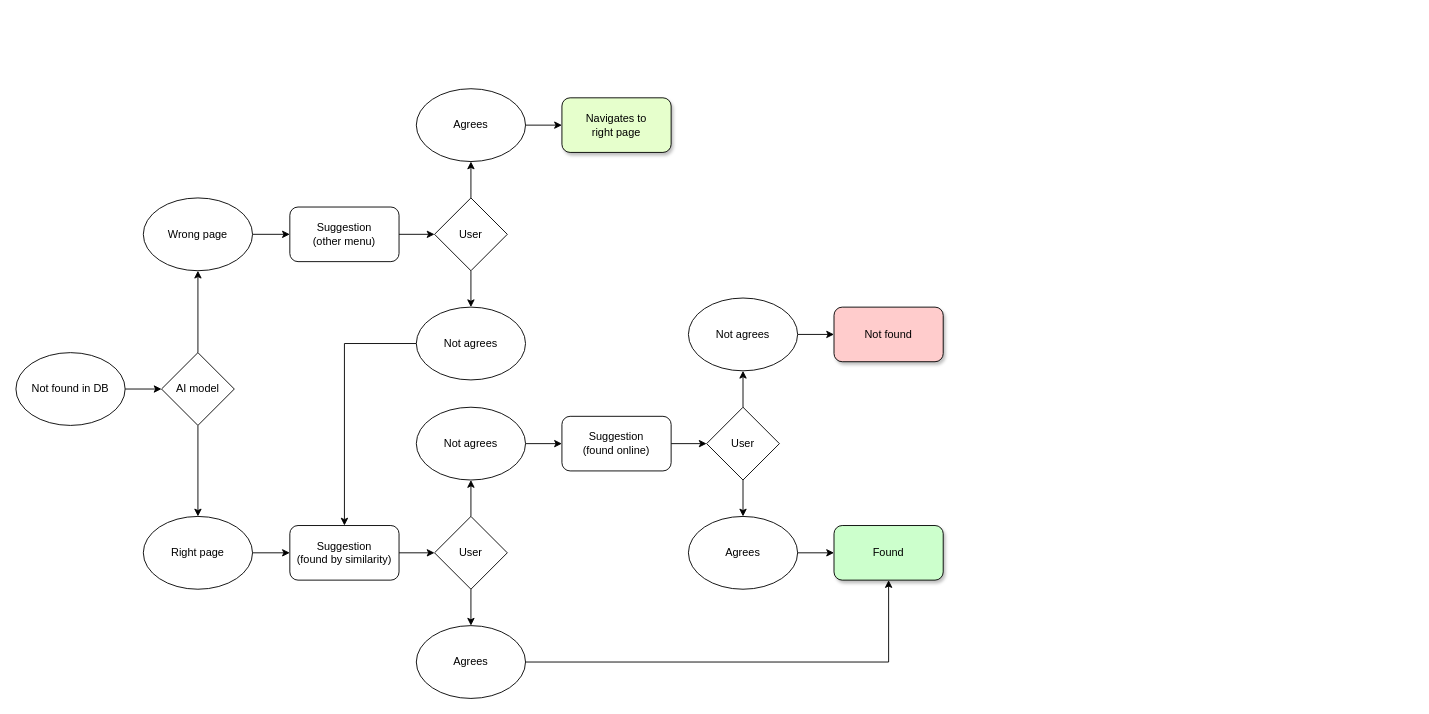
This is doc/inorganic-suggestions.drawio from quimifyapp/api, a draw.io file, before an edit. Source tidied: cells renumbered, new cells numbered last; positions are measured from the earlier drawing's top-left corner, leaving out a move shared by most shapes. Both pictures are drawn from the tidied source at 91%, with x=0, y=0 at pixel (15, 88).
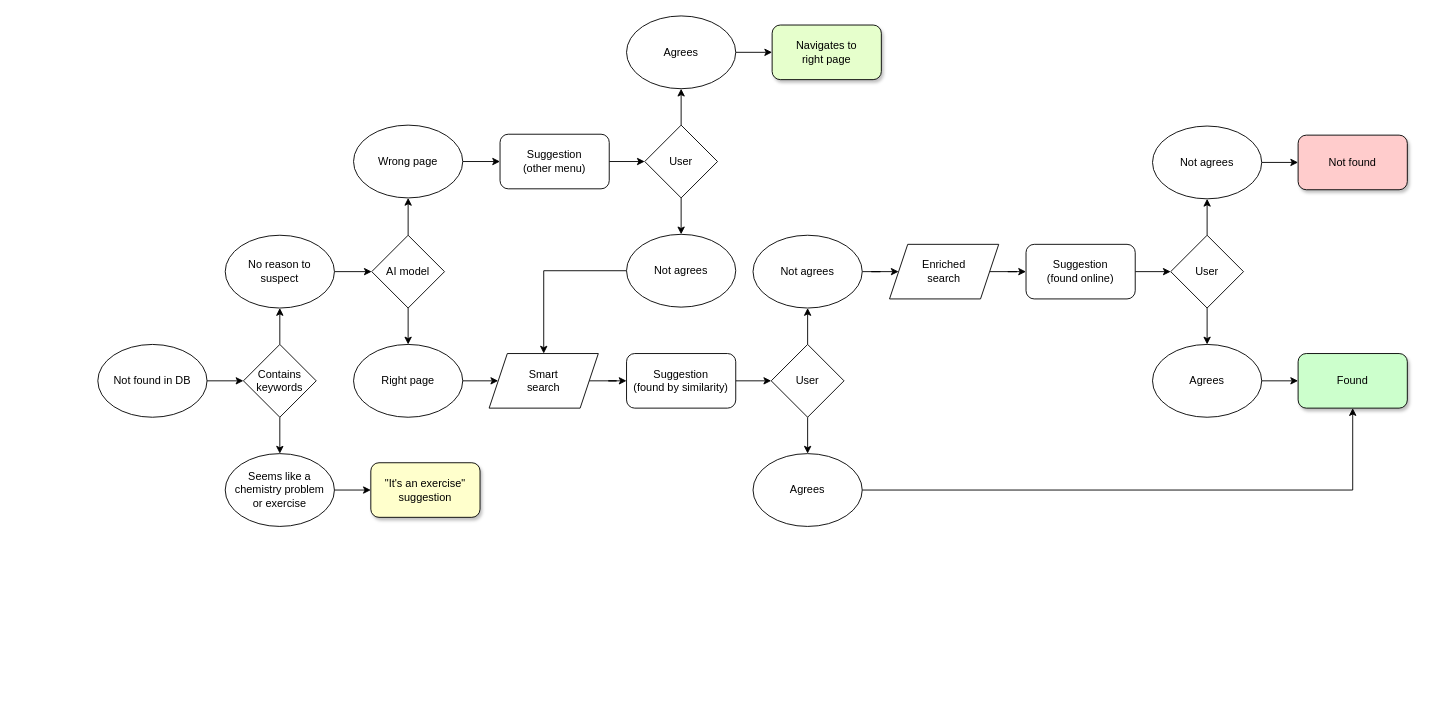
Above is the later version.

Change to the diagram source:
```diff
@@
+    <mxCell id="41" style="edgeStyle=orthogonalEdgeStyle;rounded=0;jettySize=auto;html=1;exitX=1;exitY=0.5;exitDx=0;exitDy=0;entryX=0;entryY=0.5;entryDx=0;entryDy=0;" parent="1" edge="1" source="40" target="44">
+      <mxGeometry relative="1" as="geometry" />
+    </mxCell>
+    <mxCell id="40" value="Not found in DB" style="ellipse;whiteSpace=wrap;html=1;" parent="1" vertex="1">
+      <mxGeometry x="90" y="281" width="120" height="80" as="geometry" />
+    </mxCell>
+    <mxCell id="42" style="edgeStyle=orthogonalEdgeStyle;rounded=0;jettySize=auto;html=1;exitX=0.5;exitY=0;exitDx=0;exitDy=0;entryX=0.5;entryY=1;entryDx=0;entryDy=0;" parent="1" edge="1" source="44" target="70">
+      <mxGeometry relative="1" as="geometry" />
+    </mxCell>
+    <mxCell id="43" style="edgeStyle=orthogonalEdgeStyle;rounded=0;jettySize=auto;html=1;exitX=0.5;exitY=1;exitDx=0;exitDy=0;entryX=0.5;entryY=0;entryDx=0;entryDy=0;" parent="1" edge="1" source="44" target="68">
+      <mxGeometry relative="1" as="geometry" />
+    </mxCell>
+    <mxCell id="44" value="Contains&lt;br&gt;keywords" style="rhombus;whiteSpace=wrap;html=1;" parent="1" vertex="1">
+      <mxGeometry x="250" y="281" width="80" height="80" as="geometry" />
+    </mxCell>
@@
     <mxCell id="4" value="AI model" style="rhombus;whiteSpace=wrap;html=1;" parent="1" vertex="1">
-      <mxGeometry x="160" y="290" width="80" height="80" as="geometry" />
+      <mxGeometry x="391" y="161" width="80" height="80" as="geometry" />
     </mxCell>
-    <mxCell id="5" style="edgeStyle=none;rounded=0;jettySize=auto;html=1;exitX=1;exitY=0.5;exitDx=0;exitDy=0;entryX=0;entryY=0.5;entryDx=0;entryDy=0;" parent="1" edge="1" source="6" target="10">
-      <mxGeometry relative="1" as="geometry" />
-    </mxCell>
+    <mxCell id="45" style="edgeStyle=orthogonalEdgeStyle;rounded=0;jettySize=auto;html=1;exitX=1;exitY=0.5;exitDx=0;exitDy=0;entryX=0;entryY=0.5;entryDx=0;entryDy=0;" parent="1" edge="1" source="6" target="73">
+      <mxGeometry relative="1" as="geometry" />
+    </mxCell>
     <mxCell id="6" value="Right page" style="ellipse;whiteSpace=wrap;html=1;" parent="1" vertex="1">
-      <mxGeometry x="140" y="470" width="120" height="80" as="geometry" />
+      <mxGeometry x="371" y="281" width="120" height="80" as="geometry" />
     </mxCell>
-    <mxCell id="7" style="edgeStyle=none;rounded=0;jettySize=auto;html=1;exitX=1;exitY=0.5;exitDx=0;exitDy=0;entryX=0;entryY=0.5;entryDx=0;entryDy=0;" parent="1" edge="1" source="8" target="12">
+    <mxCell id="7" style="edgeStyle=orthogonalEdgeStyle;rounded=0;jettySize=auto;html=1;exitX=1;exitY=0.5;exitDx=0;exitDy=0;entryX=0;entryY=0.5;entryDx=0;entryDy=0;" parent="1" edge="1" source="8" target="12">
       <mxGeometry relative="1" as="geometry" />
     </mxCell>
     <mxCell id="8" value="Wrong page" style="ellipse;whiteSpace=wrap;html=1;" parent="1" vertex="1">
-      <mxGeometry x="140" y="120" width="120" height="80" as="geometry" />
+      <mxGeometry x="371" y="40" width="120" height="80" as="geometry" />
     </mxCell>
-    <mxCell id="9" style="edgeStyle=none;rounded=0;jettySize=auto;html=1;exitX=1;exitY=0.5;exitDx=0;exitDy=0;entryX=0;entryY=0.5;entryDx=0;entryDy=0;" parent="1" edge="1" source="10" target="15">
-      <mxGeometry relative="1" as="geometry" />
-    </mxCell>
+    <mxCell id="46" style="edgeStyle=none;rounded=0;jettySize=auto;html=1;exitX=1;exitY=0.5;exitDx=0;exitDy=0;entryX=0;entryY=0.5;entryDx=0;entryDy=0;" parent="1" edge="1" source="10" target="50">
+      <mxGeometry relative="1" as="geometry" />
+    </mxCell>
     <mxCell id="10" value="Suggestion&lt;br&gt;(found by similarity)" style="rounded=1;whiteSpace=wrap;html=1;" parent="1" vertex="1">
-      <mxGeometry x="301" y="480" width="120" height="60" as="geometry" />
+      <mxGeometry x="671" y="291" width="120" height="60" as="geometry" />
     </mxCell>
-    <mxCell id="11" style="edgeStyle=none;rounded=0;jettySize=auto;html=1;exitX=1;exitY=0.5;exitDx=0;exitDy=0;entryX=0;entryY=0.5;entryDx=0;entryDy=0;" parent="1" edge="1" source="12" target="23">
-      <mxGeometry relative="1" as="geometry" />
-    </mxCell>
+    <mxCell id="47" style="edgeStyle=none;rounded=0;jettySize=auto;html=1;exitX=1;exitY=0.5;exitDx=0;exitDy=0;entryX=0;entryY=0.5;entryDx=0;entryDy=0;" parent="1" edge="1" source="12" target="57">
+      <mxGeometry relative="1" as="geometry" />
+    </mxCell>
     <mxCell id="12" value="Suggestion&lt;br&gt;(other menu)" style="rounded=1;whiteSpace=wrap;html=1;" parent="1" vertex="1">
-      <mxGeometry x="301" y="130" width="120" height="60" as="geometry" />
+      <mxGeometry x="532" y="50" width="120" height="60" as="geometry" />
     </mxCell>
-    <mxCell id="13" style="edgeStyle=none;rounded=0;jettySize=auto;html=1;exitX=0.5;exitY=0;exitDx=0;exitDy=0;entryX=0.5;entryY=1;entryDx=0;entryDy=0;" parent="1" edge="1" source="15" target="19">
-      <mxGeometry relative="1" as="geometry" />
-    </mxCell>
-    <mxCell id="14" style="edgeStyle=none;rounded=0;jettySize=auto;html=1;exitX=0.5;exitY=1;exitDx=0;exitDy=0;entryX=0.5;entryY=0;entryDx=0;entryDy=0;" parent="1" edge="1" source="15" target="17">
-      <mxGeometry relative="1" as="geometry" />
-    </mxCell>
-    <mxCell id="15" value="User" style="rhombus;whiteSpace=wrap;html=1;" parent="1" vertex="1">
-      <mxGeometry x="460" y="470" width="80" height="80" as="geometry" />
-    </mxCell>
-    <mxCell id="16" style="edgeStyle=none;rounded=0;jettySize=auto;html=1;exitX=1;exitY=0.5;exitDx=0;exitDy=0;entryX=0.5;entryY=1;entryDx=0;entryDy=0;" parent="1" edge="1" source="17" target="20">
-      <mxGeometry relative="1" as="geometry">
-        <Array as="points">
-          <mxPoint x="959" y="630" />
-        </Array>
-      </mxGeometry>
-    </mxCell>
-    <mxCell id="17" value="Agrees" style="ellipse;whiteSpace=wrap;html=1;" parent="1" vertex="1">
-      <mxGeometry x="440" y="590" width="120" height="80" as="geometry" />
-    </mxCell>
-    <mxCell id="18" style="edgeStyle=none;rounded=0;jettySize=auto;html=1;exitX=1;exitY=0.5;exitDx=0;exitDy=0;entryX=0;entryY=0.5;entryDx=0;entryDy=0;" parent="1" edge="1" source="19" target="30">
-      <mxGeometry relative="1" as="geometry" />
-    </mxCell>
-    <mxCell id="19" value="Not agrees" style="ellipse;whiteSpace=wrap;html=1;" parent="1" vertex="1">
-      <mxGeometry x="440" y="350" width="120" height="80" as="geometry" />
-    </mxCell>
+    <mxCell id="48" style="edgeStyle=none;rounded=0;jettySize=auto;html=1;exitX=0.5;exitY=0;exitDx=0;exitDy=0;entryX=0.5;entryY=1;entryDx=0;entryDy=0;" parent="1" edge="1" source="50" target="54">
+      <mxGeometry relative="1" as="geometry" />
+    </mxCell>
+    <mxCell id="49" style="edgeStyle=none;rounded=0;jettySize=auto;html=1;exitX=0.5;exitY=1;exitDx=0;exitDy=0;entryX=0.5;entryY=0;entryDx=0;entryDy=0;" parent="1" edge="1" source="50" target="52">
+      <mxGeometry relative="1" as="geometry" />
+    </mxCell>
+    <mxCell id="50" value="User" style="rhombus;whiteSpace=wrap;html=1;" parent="1" vertex="1">
+      <mxGeometry x="830" y="281" width="80" height="80" as="geometry" />
+    </mxCell>
+    <mxCell id="51" style="edgeStyle=none;rounded=0;jettySize=auto;html=1;exitX=1;exitY=0.5;exitDx=0;exitDy=0;entryX=0.5;entryY=1;entryDx=0;entryDy=0;" parent="1" edge="1" source="52" target="20">
+      <mxGeometry relative="1" as="geometry">
+        <Array as="points">
+          <mxPoint x="1469" y="441" />
+        </Array>
+      </mxGeometry>
+    </mxCell>
+    <mxCell id="52" value="Agrees" style="ellipse;whiteSpace=wrap;html=1;" parent="1" vertex="1">
+      <mxGeometry x="810" y="401" width="120" height="80" as="geometry" />
+    </mxCell>
+    <mxCell id="53" style="edgeStyle=orthogonalEdgeStyle;rounded=0;jettySize=auto;html=1;exitX=1;exitY=0.5;exitDx=0;exitDy=0;entryX=0;entryY=0.5;entryDx=0;entryDy=0;" parent="1" edge="1" source="54" target="75">
+      <mxGeometry relative="1" as="geometry" />
+    </mxCell>
+    <mxCell id="54" value="Not agrees" style="ellipse;whiteSpace=wrap;html=1;" parent="1" vertex="1">
+      <mxGeometry x="810" y="161" width="120" height="80" as="geometry" />
+    </mxCell>
     <mxCell id="20" value="Found" style="rounded=1;whiteSpace=wrap;html=1;fillColor=#CCFFCC;shadow=1;" parent="1" vertex="1">
-      <mxGeometry x="899" y="480" width="120" height="60" as="geometry" />
+      <mxGeometry x="1409" y="291" width="120" height="60" as="geometry" />
     </mxCell>
-    <mxCell id="21" style="edgeStyle=none;rounded=0;jettySize=auto;html=1;exitX=0.5;exitY=0;exitDx=0;exitDy=0;entryX=0.5;entryY=1;entryDx=0;entryDy=0;" parent="1" edge="1" source="23" target="25">
-      <mxGeometry relative="1" as="geometry" />
-    </mxCell>
-    <mxCell id="22" style="edgeStyle=none;rounded=0;jettySize=auto;html=1;exitX=0.5;exitY=1;exitDx=0;exitDy=0;entryX=0.5;entryY=0;entryDx=0;entryDy=0;" parent="1" edge="1" source="23" target="27">
-      <mxGeometry relative="1" as="geometry" />
-    </mxCell>
-    <mxCell id="23" value="User" style="rhombus;whiteSpace=wrap;html=1;" parent="1" vertex="1">
-      <mxGeometry x="460" y="120" width="80" height="80" as="geometry" />
-    </mxCell>
-    <mxCell id="24" style="edgeStyle=none;rounded=0;jettySize=auto;html=1;exitX=1;exitY=0.5;exitDx=0;exitDy=0;entryX=0;entryY=0.5;entryDx=0;entryDy=0;" parent="1" edge="1" source="25" target="28">
-      <mxGeometry relative="1" as="geometry" />
-    </mxCell>
-    <mxCell id="25" value="Agrees" style="ellipse;whiteSpace=wrap;html=1;" parent="1" vertex="1">
-      <mxGeometry x="440" width="120" height="80" as="geometry" />
-    </mxCell>
-    <mxCell id="26" style="edgeStyle=none;rounded=0;jettySize=auto;html=1;exitX=0;exitY=0.5;exitDx=0;exitDy=0;entryX=0.5;entryY=0;entryDx=0;entryDy=0;" parent="1" edge="1" source="27" target="10">
-      <mxGeometry relative="1" as="geometry">
-        <Array as="points">
-          <mxPoint x="361" y="280" />
-        </Array>
-      </mxGeometry>
-    </mxCell>
-    <mxCell id="27" value="Not agrees" style="ellipse;whiteSpace=wrap;html=1;" parent="1" vertex="1">
-      <mxGeometry x="440" y="240" width="120" height="80" as="geometry" />
-    </mxCell>
+    <mxCell id="55" style="edgeStyle=none;rounded=0;jettySize=auto;html=1;exitX=0.5;exitY=0;exitDx=0;exitDy=0;entryX=0.5;entryY=1;entryDx=0;entryDy=0;" parent="1" edge="1" source="57" target="59">
+      <mxGeometry relative="1" as="geometry" />
+    </mxCell>
+    <mxCell id="56" style="edgeStyle=none;rounded=0;jettySize=auto;html=1;exitX=0.5;exitY=1;exitDx=0;exitDy=0;entryX=0.5;entryY=0;entryDx=0;entryDy=0;" parent="1" edge="1" source="57" target="61">
+      <mxGeometry relative="1" as="geometry" />
+    </mxCell>
+    <mxCell id="57" value="User" style="rhombus;whiteSpace=wrap;html=1;" parent="1" vertex="1">
+      <mxGeometry x="691" y="40" width="80" height="80" as="geometry" />
+    </mxCell>
+    <mxCell id="58" style="edgeStyle=none;rounded=0;jettySize=auto;html=1;exitX=1;exitY=0.5;exitDx=0;exitDy=0;entryX=0;entryY=0.5;entryDx=0;entryDy=0;" parent="1" edge="1" source="59" target="28">
+      <mxGeometry relative="1" as="geometry" />
+    </mxCell>
+    <mxCell id="59" value="Agrees" style="ellipse;whiteSpace=wrap;html=1;" parent="1" vertex="1">
+      <mxGeometry x="671" y="-80" width="120" height="80" as="geometry" />
+    </mxCell>
+    <mxCell id="60" style="edgeStyle=orthogonalEdgeStyle;rounded=0;jettySize=auto;html=1;exitX=0;exitY=0.5;exitDx=0;exitDy=0;entryX=0.5;entryY=0;entryDx=0;entryDy=0;" parent="1" edge="1" source="61" target="73">
+      <mxGeometry relative="1" as="geometry" />
+    </mxCell>
+    <mxCell id="61" value="Not agrees" style="ellipse;whiteSpace=wrap;html=1;" parent="1" vertex="1">
+      <mxGeometry x="671" y="160" width="120" height="80" as="geometry" />
+    </mxCell>
     <mxCell id="28" value="Navigates to&lt;br&gt;right page" style="rounded=1;whiteSpace=wrap;html=1;fillColor=#E6FFCC;shadow=1;" parent="1" vertex="1">
-      <mxGeometry x="600" y="10" width="120" height="60" as="geometry" />
+      <mxGeometry x="831" y="-70" width="120" height="60" as="geometry" />
     </mxCell>
-    <mxCell id="29" style="edgeStyle=none;rounded=0;jettySize=auto;html=1;exitX=1;exitY=0.5;exitDx=0;exitDy=0;entryX=0;entryY=0.5;entryDx=0;entryDy=0;" parent="1" edge="1" source="30" target="33">
-      <mxGeometry relative="1" as="geometry" />
-    </mxCell>
+    <mxCell id="62" style="edgeStyle=orthogonalEdgeStyle;rounded=0;jettySize=auto;html=1;exitX=1;exitY=0.5;exitDx=0;exitDy=0;entryX=0;entryY=0.5;entryDx=0;entryDy=0;" parent="1" edge="1" source="30" target="78">
+      <mxGeometry relative="1" as="geometry" />
+    </mxCell>
     <mxCell id="30" value="Suggestion&lt;br&gt;(found online)" style="rounded=1;whiteSpace=wrap;html=1;" parent="1" vertex="1">
-      <mxGeometry x="600" y="360" width="120" height="60" as="geometry" />
+      <mxGeometry x="1110" y="171" width="120" height="60" as="geometry" />
     </mxCell>
-    <mxCell id="31" style="edgeStyle=none;rounded=0;jettySize=auto;html=1;exitX=0.5;exitY=0;exitDx=0;exitDy=0;entryX=0.5;entryY=1;entryDx=0;entryDy=0;" parent="1" edge="1" source="33" target="36">
-      <mxGeometry relative="1" as="geometry" />
-    </mxCell>
-    <mxCell id="32" style="edgeStyle=none;rounded=0;jettySize=auto;html=1;exitX=0.5;exitY=1;exitDx=0;exitDy=0;entryX=0.5;entryY=0;entryDx=0;entryDy=0;" parent="1" edge="1" source="33" target="38">
-      <mxGeometry relative="1" as="geometry" />
-    </mxCell>
-    <mxCell id="33" value="User" style="rhombus;whiteSpace=wrap;html=1;" parent="1" vertex="1">
-      <mxGeometry x="759" y="350" width="80" height="80" as="geometry" />
-    </mxCell>
+    <mxCell id="63" style="edgeStyle=none;rounded=0;orthogonalLoop=1;jettySize=auto;html=1;exitX=0.5;exitY=0;exitDx=0;exitDy=0;entryX=0.5;entryY=1;entryDx=0;entryDy=0;" parent="1" edge="1">
+      <mxGeometry relative="1" as="geometry">
+        <mxPoint x="1309" y="221" as="sourcePoint" />
+        <mxPoint x="1309" y="181" as="targetPoint" />
+      </mxGeometry>
+    </mxCell>
+    <mxCell id="64" style="edgeStyle=none;rounded=0;jettySize=auto;html=1;exitX=0.5;exitY=1;exitDx=0;exitDy=0;entryX=0.5;entryY=0;entryDx=0;entryDy=0;" parent="1" edge="1" target="66">
+      <mxGeometry relative="1" as="geometry">
+        <mxPoint x="1309" y="301" as="sourcePoint" />
+      </mxGeometry>
+    </mxCell>
     <mxCell id="34" value="Not found" style="rounded=1;whiteSpace=wrap;html=1;fillColor=#FFCCCC;shadow=1;" parent="1" vertex="1">
-      <mxGeometry x="899" y="240" width="120" height="60" as="geometry" />
+      <mxGeometry x="1409" y="51" width="120" height="60" as="geometry" />
     </mxCell>
-    <mxCell id="35" style="edgeStyle=none;rounded=0;jettySize=auto;html=1;exitX=1;exitY=0.5;exitDx=0;exitDy=0;entryX=0;entryY=0.5;entryDx=0;entryDy=0;" parent="1" edge="1" source="36" target="34">
-      <mxGeometry relative="1" as="geometry" />
-    </mxCell>
-    <mxCell id="36" value="Not agrees" style="ellipse;whiteSpace=wrap;html=1;" parent="1" vertex="1">
-      <mxGeometry x="739" y="230" width="120" height="80" as="geometry" />
-    </mxCell>
-    <mxCell id="37" style="edgeStyle=none;rounded=0;jettySize=auto;html=1;exitX=1;exitY=0.5;exitDx=0;exitDy=0;entryX=0;entryY=0.5;entryDx=0;entryDy=0;" parent="1" edge="1" source="38" target="20">
-      <mxGeometry relative="1" as="geometry" />
-    </mxCell>
-    <mxCell id="38" value="Agrees" style="ellipse;whiteSpace=wrap;html=1;" parent="1" vertex="1">
-      <mxGeometry x="739" y="470" width="120" height="80" as="geometry" />
-    </mxCell>
-    <mxCell id="39" style="edgeStyle=none;rounded=0;jettySize=auto;html=1;exitX=1;exitY=0.5;exitDx=0;exitDy=0;entryX=0;entryY=0.5;entryDx=0;entryDy=0;" parent="1" edge="1" source="40" target="4">
-      <mxGeometry relative="1" as="geometry" />
-    </mxCell>
-    <mxCell id="40" value="Not found in DB" style="ellipse;whiteSpace=wrap;html=1;" parent="1" vertex="1">
-      <mxGeometry y="290" width="120" height="80" as="geometry" />
-    </mxCell>
+    <mxCell id="65" style="edgeStyle=none;rounded=0;jettySize=auto;html=1;exitX=1;exitY=0.5;exitDx=0;exitDy=0;entryX=0;entryY=0.5;entryDx=0;entryDy=0;" parent="1" edge="1" source="66" target="20">
+      <mxGeometry relative="1" as="geometry" />
+    </mxCell>
+    <mxCell id="66" value="Agrees" style="ellipse;whiteSpace=wrap;html=1;" parent="1" vertex="1">
+      <mxGeometry x="1249" y="281" width="120" height="80" as="geometry" />
+    </mxCell>
+    <mxCell id="67" style="edgeStyle=orthogonalEdgeStyle;rounded=0;jettySize=auto;html=1;exitX=1;exitY=0.5;exitDx=0;exitDy=0;entryX=0;entryY=0.5;entryDx=0;entryDy=0;" parent="1" edge="1" source="68" target="71">
+      <mxGeometry relative="1" as="geometry" />
+    </mxCell>
+    <mxCell id="68" value="Seems like a&lt;br&gt;chemistry problem&lt;br&gt;or exercise" style="ellipse;whiteSpace=wrap;html=1;" parent="1" vertex="1">
+      <mxGeometry x="230" y="401" width="120" height="80" as="geometry" />
+    </mxCell>
+    <mxCell id="69" style="edgeStyle=orthogonalEdgeStyle;rounded=0;jettySize=auto;html=1;exitX=1;exitY=0.5;exitDx=0;exitDy=0;entryX=0;entryY=0.5;entryDx=0;entryDy=0;" parent="1" edge="1" source="70" target="4">
+      <mxGeometry relative="1" as="geometry" />
+    </mxCell>
+    <mxCell id="70" value="No reason to&lt;br&gt;suspect" style="ellipse;whiteSpace=wrap;html=1;" parent="1" vertex="1">
+      <mxGeometry x="230" y="161" width="120" height="80" as="geometry" />
+    </mxCell>
+    <mxCell id="71" value="&quot;It's an exercise&quot;&lt;br&gt;suggestion" style="rounded=1;whiteSpace=wrap;html=1;fillColor=#FFFFCC;shadow=1;" parent="1" vertex="1">
+      <mxGeometry x="390" y="411" width="120" height="60" as="geometry" />
+    </mxCell>
+    <mxCell id="72" style="edgeStyle=orthogonalEdgeStyle;rounded=0;jettySize=auto;html=1;exitX=1;exitY=0.5;exitDx=0;exitDy=0;entryX=0;entryY=0.5;entryDx=0;entryDy=0;" parent="1" edge="1" source="73" target="10">
+      <mxGeometry relative="1" as="geometry" />
+    </mxCell>
+    <mxCell id="73" value="Smart&lt;br&gt;search" style="shape=parallelogram;perimeter=parallelogramPerimeter;whiteSpace=wrap;html=1;fixedSize=1;" parent="1" vertex="1">
+      <mxGeometry x="520" y="291" width="120" height="60" as="geometry" />
+    </mxCell>
+    <mxCell id="74" style="edgeStyle=orthogonalEdgeStyle;rounded=0;jettySize=auto;html=1;exitX=1;exitY=0.5;exitDx=0;exitDy=0;entryX=0;entryY=0.5;entryDx=0;entryDy=0;" parent="1" edge="1" source="75" target="30">
+      <mxGeometry relative="1" as="geometry" />
+    </mxCell>
+    <mxCell id="75" value="Enriched&lt;br&gt;search" style="shape=parallelogram;perimeter=parallelogramPerimeter;whiteSpace=wrap;html=1;fixedSize=1;" parent="1" vertex="1">
+      <mxGeometry x="960" y="171" width="120" height="60" as="geometry" />
+    </mxCell>
+    <mxCell id="76" style="edgeStyle=orthogonalEdgeStyle;rounded=0;jettySize=auto;html=1;exitX=0.5;exitY=0;exitDx=0;exitDy=0;entryX=0.5;entryY=1;entryDx=0;entryDy=0;" parent="1" edge="1" source="78" target="80">
+      <mxGeometry relative="1" as="geometry" />
+    </mxCell>
+    <mxCell id="77" style="edgeStyle=orthogonalEdgeStyle;rounded=0;jettySize=auto;html=1;exitX=0.5;exitY=1;exitDx=0;exitDy=0;entryX=0.5;entryY=0;entryDx=0;entryDy=0;" parent="1" edge="1" source="78" target="66">
+      <mxGeometry relative="1" as="geometry" />
+    </mxCell>
+    <mxCell id="78" value="User" style="rhombus;whiteSpace=wrap;html=1;" parent="1" vertex="1">
+      <mxGeometry x="1269" y="161" width="80" height="80" as="geometry" />
+    </mxCell>
+    <mxCell id="79" style="edgeStyle=orthogonalEdgeStyle;rounded=0;jettySize=auto;html=1;exitX=1;exitY=0.5;exitDx=0;exitDy=0;entryX=0;entryY=0.5;entryDx=0;entryDy=0;" parent="1" edge="1" source="80" target="34">
+      <mxGeometry relative="1" as="geometry" />
+    </mxCell>
+    <mxCell id="80" value="Not agrees" style="ellipse;whiteSpace=wrap;html=1;" parent="1" vertex="1">
+      <mxGeometry x="1249" y="41" width="120" height="80" as="geometry" />
+    </mxCell>
```
